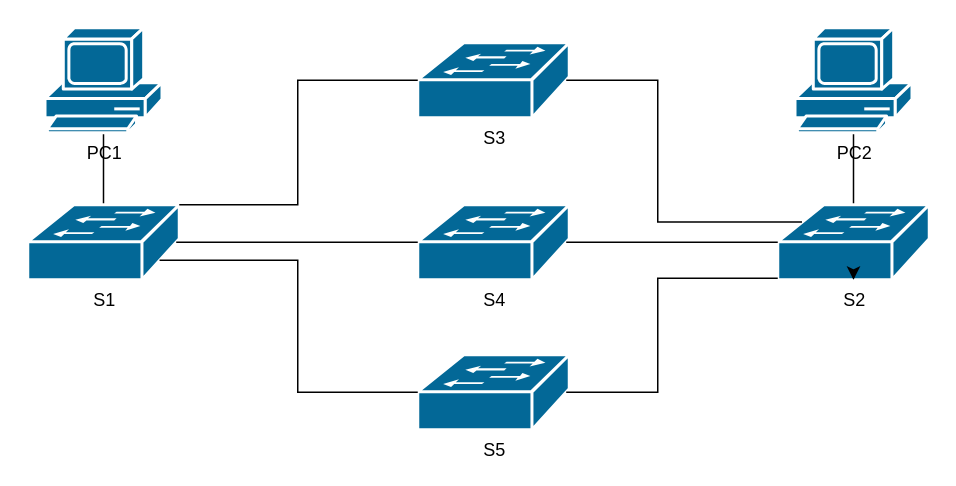
This is mininet/ryu_ssp5voip_mininet.drawio from wpscol/ryu_ssp5voip, a draw.io file, before an edit. Source tidied: cells renumbered, new cells numbered last; positions are measured from the earlier drawing's top-left corner, leaving out a move shared by most shapes. Both pictures are drawn from the tidied source at 150%, with x=0, y=0 at pixel (27, 27).
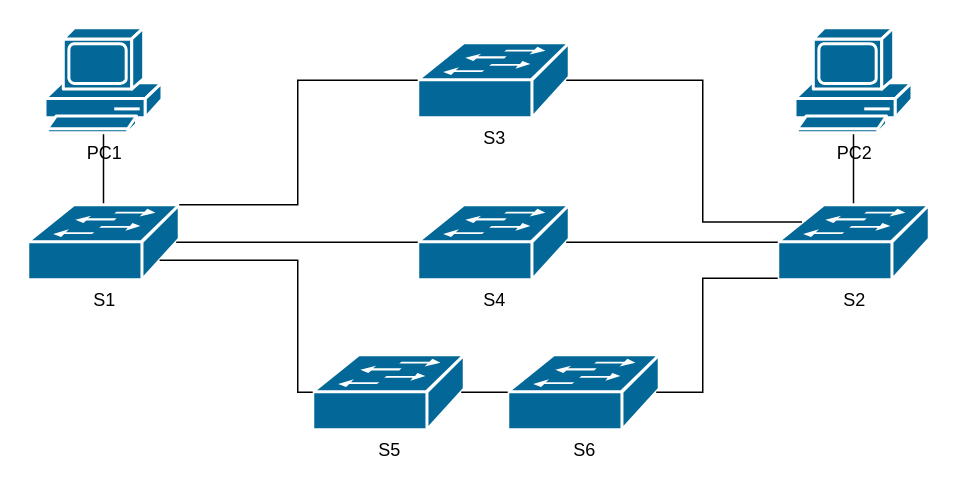
The same page after the edit.

Unchanged cells that the change refers to:
```xml
<mxCell id="5" value="S2" style="shape=mxgraph.cisco.switches.workgroup_switch;sketch=0;html=1;dashed=0;fillColor=#036897;strokeColor=#ffffff;strokeWidth=2;verticalLabelPosition=bottom;verticalAlign=top;align=center;outlineConnect=0;" parent="1" vertex="1">
  <mxGeometry x="500" y="118" width="101" height="50" as="geometry" />
</mxCell>
<mxCell id="8" value="S3" style="shape=mxgraph.cisco.switches.workgroup_switch;sketch=0;html=1;dashed=0;fillColor=#036897;strokeColor=#ffffff;strokeWidth=2;verticalLabelPosition=bottom;verticalAlign=top;align=center;outlineConnect=0;" parent="1" vertex="1">
  <mxGeometry x="260" y="10" width="101" height="50" as="geometry" />
</mxCell>
```

Diff of the diagram source:
```diff
@@
     <mxCell id="10" value="S5" style="shape=mxgraph.cisco.switches.workgroup_switch;sketch=0;html=1;dashed=0;fillColor=#036897;strokeColor=#ffffff;strokeWidth=2;verticalLabelPosition=bottom;verticalAlign=top;align=center;outlineConnect=0;" parent="1" vertex="1">
-      <mxGeometry x="260" y="218" width="101" height="50" as="geometry" />
+      <mxGeometry x="190" y="218" width="101" height="50" as="geometry" />
     </mxCell>
-    <mxCell id="11" style="edgeStyle=orthogonalEdgeStyle;rounded=0;orthogonalLoop=1;jettySize=auto;html=1;exitX=0.5;exitY=0.98;exitDx=0;exitDy=0;exitPerimeter=0;" parent="1" edge="1" source="5" target="5">
-      <mxGeometry relative="1" as="geometry" />
-    </mxCell>
@@
-    <mxCell id="15" style="edgeStyle=orthogonalEdgeStyle;rounded=0;jettySize=auto;html=1;exitX=0.98;exitY=0.5;exitDx=0;exitDy=0;exitPerimeter=0;entryX=0;entryY=0.98;entryDx=0;entryDy=0;entryPerimeter=0;endArrow=none;startFill=0;" parent="1" edge="1" source="10" target="5">
-      <mxGeometry relative="1" as="geometry">
-        <Array as="points">
-          <mxPoint x="420" y="243" />
-          <mxPoint x="420" y="167" />
-        </Array>
-      </mxGeometry>
-    </mxCell>
@@
     <mxCell id="17" style="edgeStyle=orthogonalEdgeStyle;rounded=0;jettySize=auto;html=1;exitX=0.98;exitY=0.5;exitDx=0;exitDy=0;exitPerimeter=0;entryX=0.16;entryY=0.23;entryDx=0;entryDy=0;entryPerimeter=0;endArrow=none;startFill=0;" parent="1" edge="1" source="8" target="5">
       <mxGeometry relative="1" as="geometry">
         <Array as="points">
-          <mxPoint x="420" y="35" />
-          <mxPoint x="420" y="130" />
+          <mxPoint x="450" y="35" />
+          <mxPoint x="450" y="130" />
         </Array>
       </mxGeometry>
     </mxCell>
+    <mxCell id="18" value="S6" style="shape=mxgraph.cisco.switches.workgroup_switch;sketch=0;html=1;dashed=0;fillColor=#036897;strokeColor=#ffffff;strokeWidth=2;verticalLabelPosition=bottom;verticalAlign=top;align=center;outlineConnect=0;" parent="1" vertex="1">
+      <mxGeometry x="320" y="218" width="101" height="50" as="geometry" />
+    </mxCell>
+    <mxCell id="19" style="edgeStyle=orthogonalEdgeStyle;rounded=0;jettySize=auto;html=1;exitX=0.98;exitY=0.5;exitDx=0;exitDy=0;exitPerimeter=0;entryX=0;entryY=0.98;entryDx=0;entryDy=0;entryPerimeter=0;endArrow=none;startFill=0;" parent="1" edge="1" source="18" target="5">
+      <mxGeometry relative="1" as="geometry">
+        <Array as="points">
+          <mxPoint x="450" y="243" />
+          <mxPoint x="450" y="167" />
+        </Array>
+      </mxGeometry>
+    </mxCell>
+    <mxCell id="20" style="edgeStyle=orthogonalEdgeStyle;rounded=0;jettySize=auto;html=1;exitX=0.98;exitY=0.5;exitDx=0;exitDy=0;exitPerimeter=0;entryX=0;entryY=0.5;entryDx=0;entryDy=0;entryPerimeter=0;endArrow=none;startFill=0;" parent="1" edge="1" source="10" target="18">
+      <mxGeometry relative="1" as="geometry" />
+    </mxCell>
```
